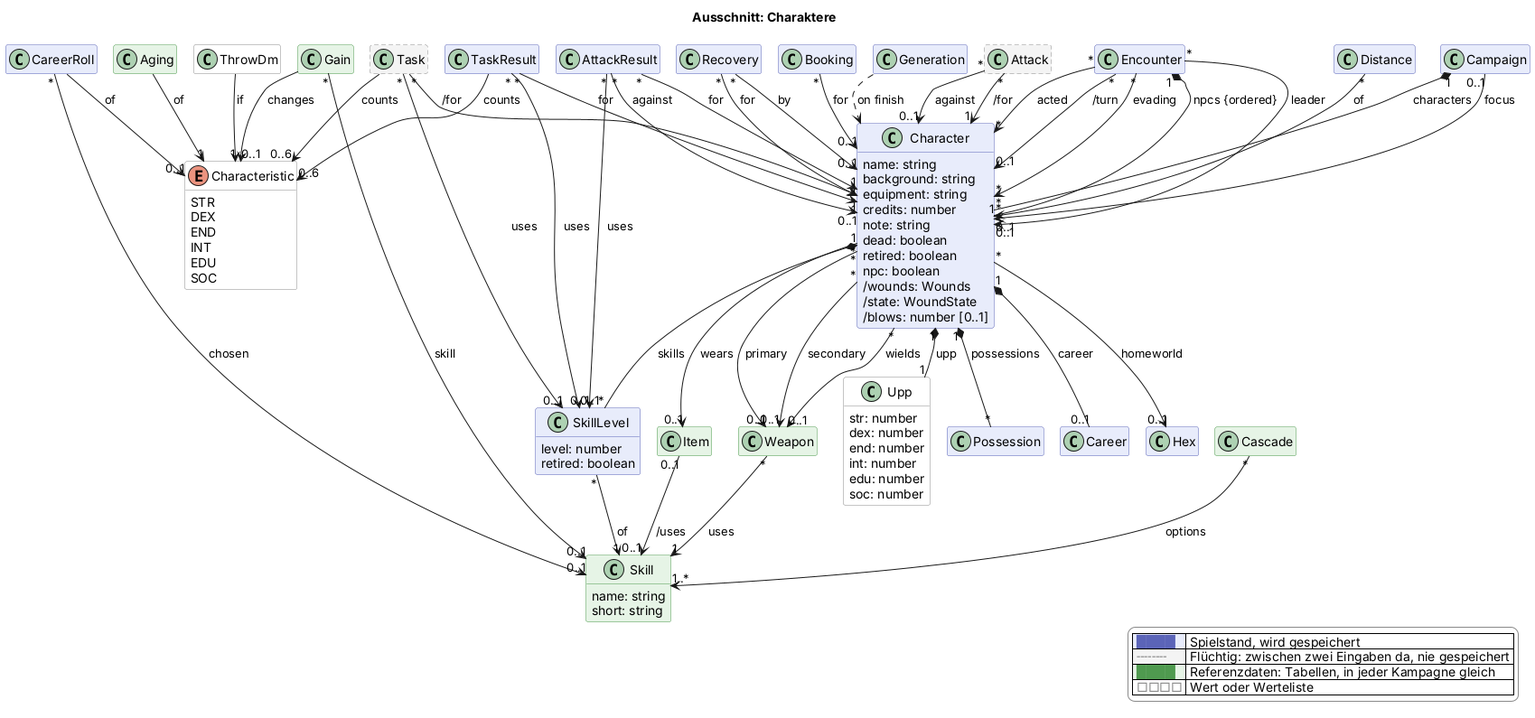
Above: docs/views/charakter.png in scuzzar/SRE (PlantUML), before the change.
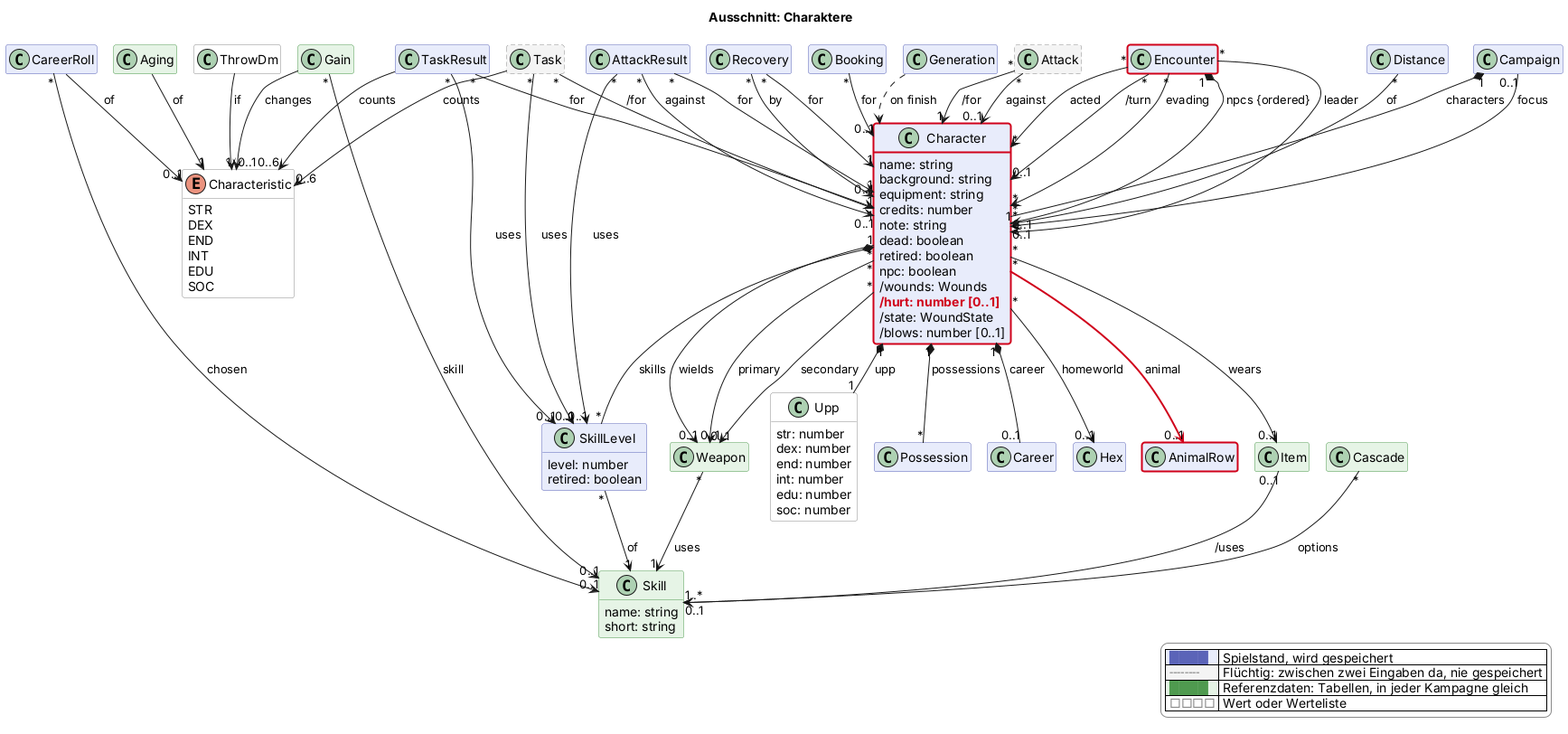
After the commit.

Change to the diagram source:
```diff
@@ -78,6 +78,7 @@
     retired: boolean
     npc: boolean
     /wounds: Wounds
+    $new("2026-11-12c", "/hurt: number [0..1]")
     /state: WoundState
     /blows: number [0..1]
   }
@@ -109,6 +110,7 @@
   class Recovery $kampf
   class Encounter $begegnung
   class Distance $begegnung
+  class AnimalRow $begegnung $newClass("2026-11-12c")
 
   class Skill <<reference>> $charakter {
     name: string
@@ -173,6 +175,7 @@
 AttackResult "*" --> "0..1" Character : against
 AttackResult "*" --> "0..1" SkillLevel : uses
 
+Character "*" -$newArrow("2026-11-12c")-> "0..1" AnimalRow : animal
 Encounter "1" *-- "*" Character : npcs {ordered}
 Encounter "*" --> "0..1" Character : leader
 Encounter "*" --> "*" Character : acted
@@ -189,4 +192,6 @@
   |<#e6f4e6> <color:#4f9a4f>████</color> | Referenzdaten: Tabellen, in jeder Kampagne gleich |
   |<#ffffff> <color:#8a8a8a>□□□□</color> | Wert oder Werteliste |
 endlegend
+class Character #line:d0021b;line.bold
+class Encounter #line:d0021b;line.bold
 @enduml
```
